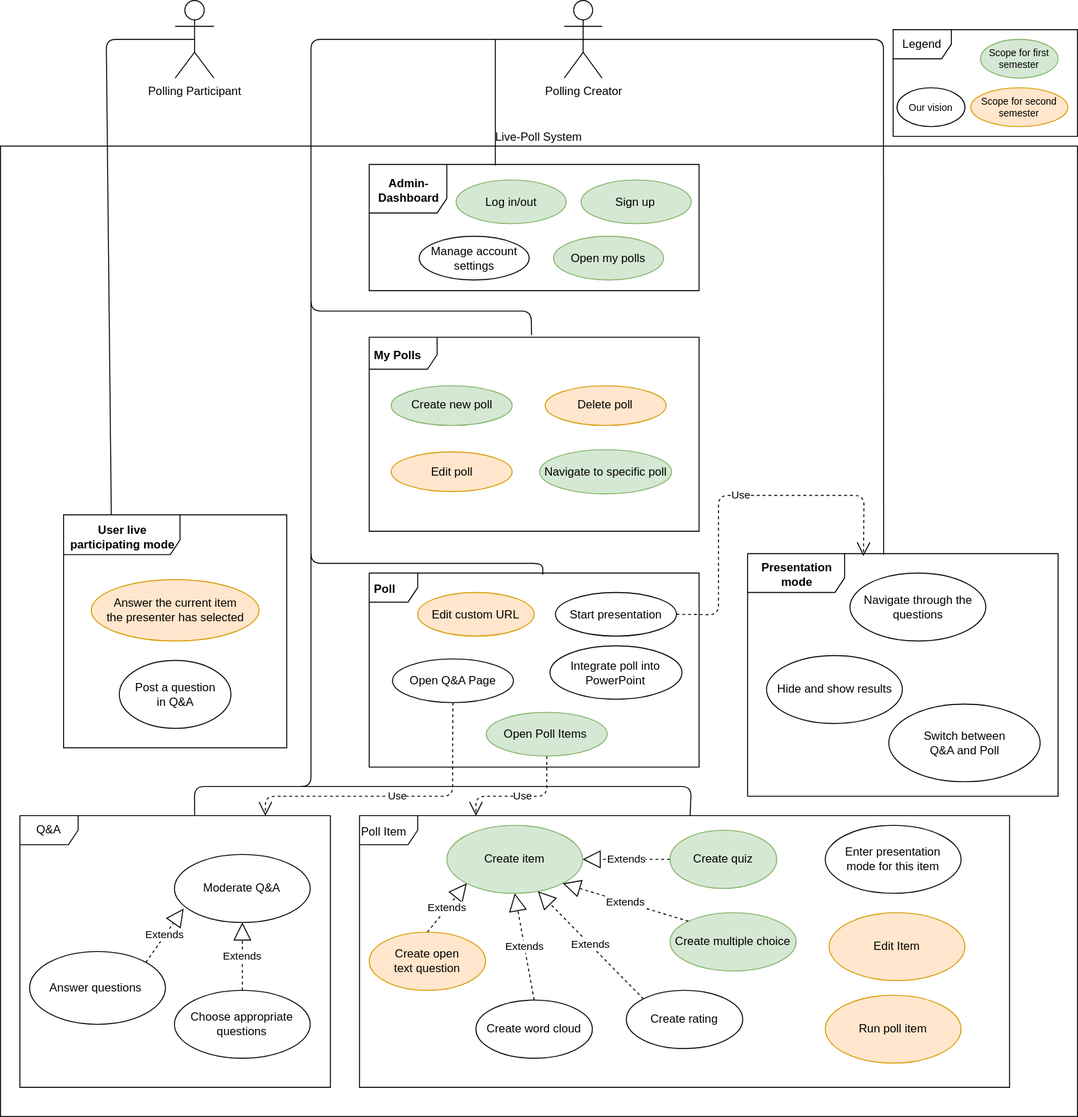
Earlier version of the draw.io export media/live-poll-ucd.svg (livepoll/live-poll-docs). Source tidied: cells renumbered, new cells last; positions are measured from the earlier drawing's top-left corner, leaving out a move shared by most shapes.
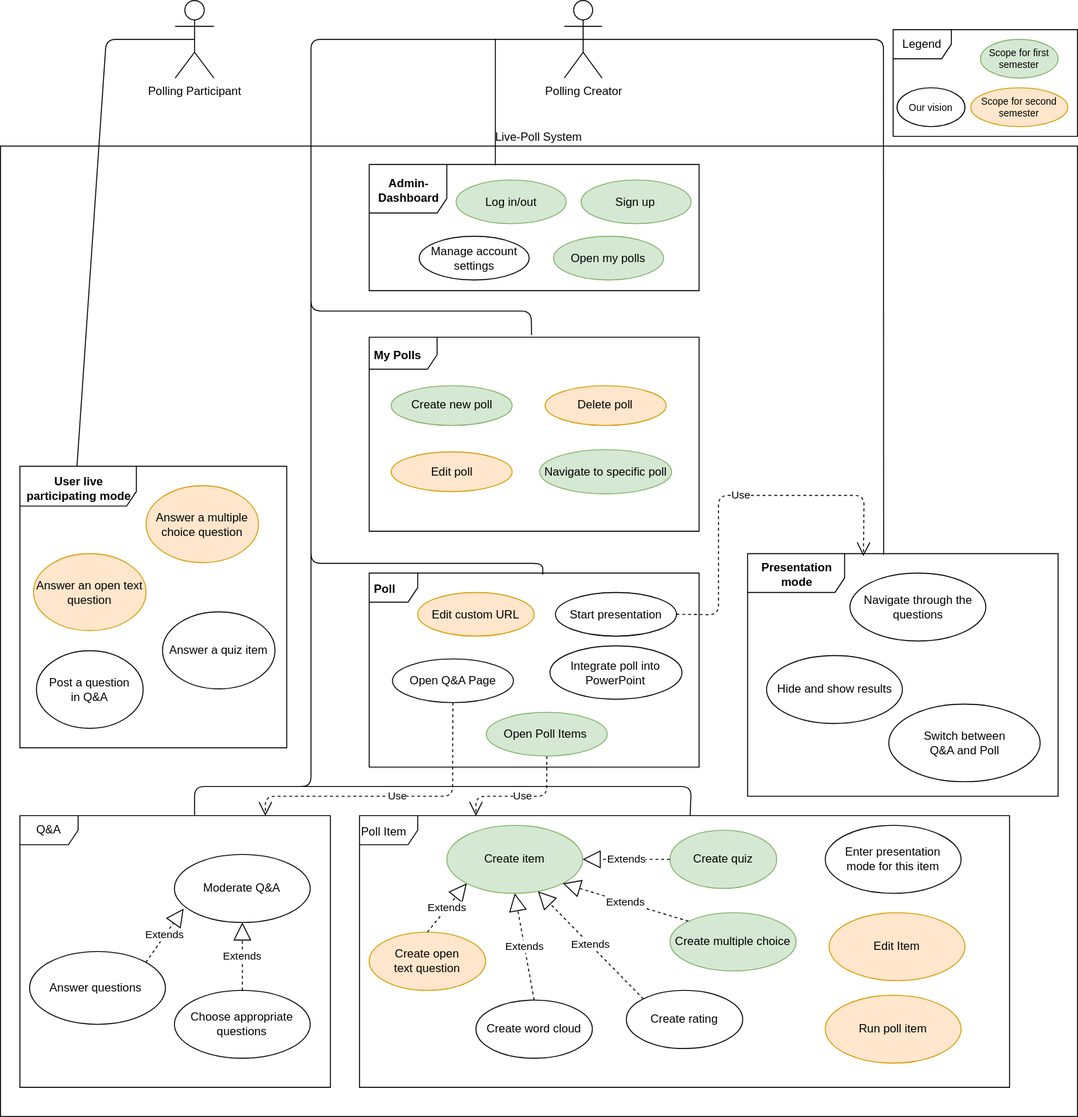
The same file after the commit.

Commit message:
Update live-poll-ucd diagram

Diff of the diagram source:
```diff
@@ -79,17 +79,23 @@
       <mxGeometry x="190" y="74" width="113.3" height="45" as="geometry" />
     </mxCell>
     <mxCell id="22" style="group;" parent="1" vertex="1">
-      <mxGeometry x="65" y="530" width="230" height="240" as="geometry" />
+      <mxGeometry x="20" y="480" width="275" height="290" as="geometry" />
     </mxCell>
     <mxCell id="23" value="&lt;p style=&quot;margin: 0px ; margin-top: 4px ; text-align: center&quot;&gt;&lt;b&gt;User live participating mode&lt;/b&gt;&lt;/p&gt;" style="shape=umlFrame;whiteSpace=wrap;html=1;fontFamily=Helvetica;fontSize=12;fontColor=#000000;align=left;strokeColor=#000000;fillColor=#ffffff;width=120;height=41;" parent="22" vertex="1">
-      <mxGeometry width="230" height="240" as="geometry" />
+      <mxGeometry width="275" height="290" as="geometry" />
     </mxCell>
-    <mxCell id="24" value="Answer the current item&lt;br&gt;the presenter has selected" style="ellipse;whiteSpace=wrap;html=1;fillColor=#ffe6cc;strokeColor=#d79b00;" parent="22" vertex="1">
-      <mxGeometry x="28.5" y="66.8" width="173" height="63.2" as="geometry" />
+    <mxCell id="24" value="Answer an open text question" style="ellipse;whiteSpace=wrap;html=1;fillColor=#ffe6cc;strokeColor=#d79b00;" parent="22" vertex="1">
+      <mxGeometry x="14.1" y="90" width="115.9" height="79.3" as="geometry" />
     </mxCell>
     <mxCell id="25" value="Post a question&lt;br&gt;in Q&amp;amp;A" style="ellipse;whiteSpace=wrap;html=1;" parent="22" vertex="1">
-      <mxGeometry x="57.5" y="150" width="115" height="70" as="geometry" />
+      <mxGeometry x="17" y="190" width="110" height="80" as="geometry" />
     </mxCell>
+    <mxCell id="71" value="Answer a quiz item" style="ellipse;whiteSpace=wrap;html=1;" parent="22" vertex="1">
+      <mxGeometry x="147" y="150" width="115.9" height="79.3" as="geometry" />
+    </mxCell>
+    <mxCell id="72" value="Answer a multiple choice question" style="ellipse;whiteSpace=wrap;html=1;fillColor=#ffe6cc;strokeColor=#d79b00;" parent="22" vertex="1">
+      <mxGeometry x="130" y="20" width="115.9" height="79.3" as="geometry" />
+    </mxCell>
     <mxCell id="26" value="Create item" style="ellipse;whiteSpace=wrap;html=1;fillColor=#d5e8d4;strokeColor=#82b366;" parent="1" vertex="1">
       <mxGeometry x="460" y="850" width="140" height="70" as="geometry" />
     </mxCell>
```
